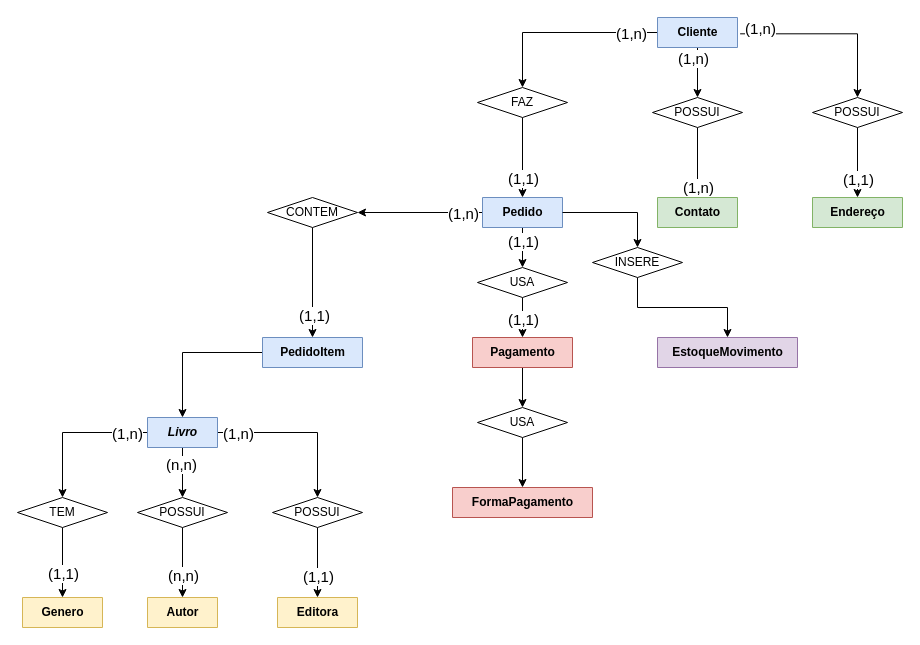
Earlier version of the draw.io diagram DER_LivrariaLotus.drawio (wilksonccp/LivrariaLotus). Source tidied: cells renumbered, new cells numbered last; positions are measured from the earlier drawing's top-left corner, leaving out a move shared by most shapes. Both pictures are drawn from the tidied source at 100%, with x=0, y=0 at pixel (17, 17).
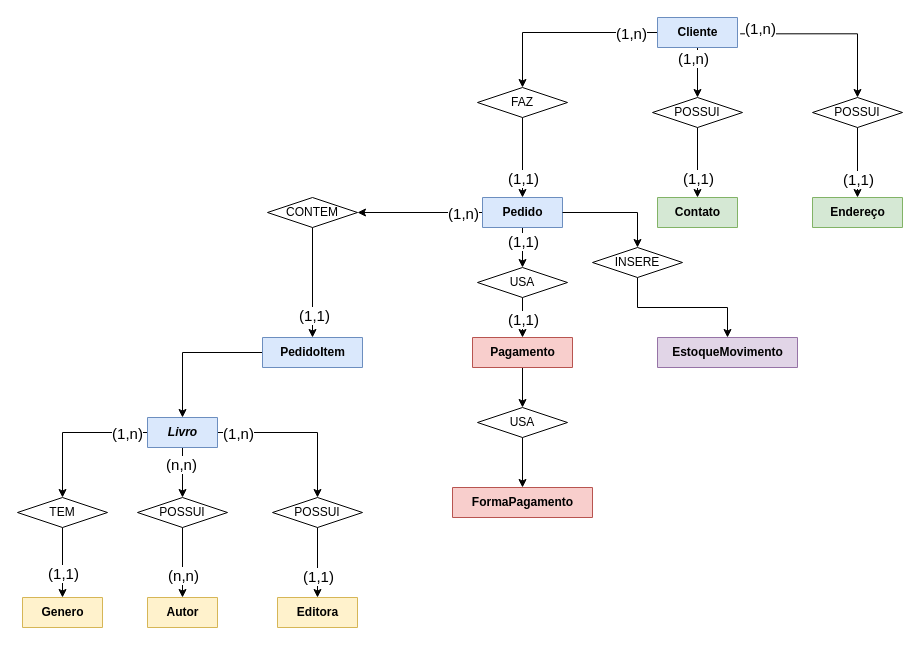
The same page after the edit.

The change refers to these unchanged cells:
```xml
<mxCell id="15" style="edgeStyle=orthogonalEdgeStyle;rounded=0;jettySize=auto;html=1;entryX=0.5;entryY=0;entryDx=0;entryDy=0;" parent="1" edge="1" source="17" target="9">
  <mxGeometry relative="1" as="geometry" />
</mxCell>
```

What changed in the source:
```diff
@@
-    <mxCell id="16" value="&lt;span style=&quot;font-size: 15px;&quot;&gt;(1,n)&lt;/span&gt;" style="edgeLabel;html=1;align=center;verticalAlign=middle;" parent="15" vertex="1">
+    <mxCell id="16" value="&lt;span style=&quot;font-size: 15px;&quot;&gt;(1,1)&lt;/span&gt;" style="edgeLabel;html=1;align=center;verticalAlign=middle;" parent="15" vertex="1">
       <mxGeometry x="0.75" y="-1" relative="1" as="geometry">
-        <mxPoint x="1" y="-2" as="offset" />
+        <mxPoint x="1" y="-11" as="offset" />
       </mxGeometry>
     </mxCell>
```
